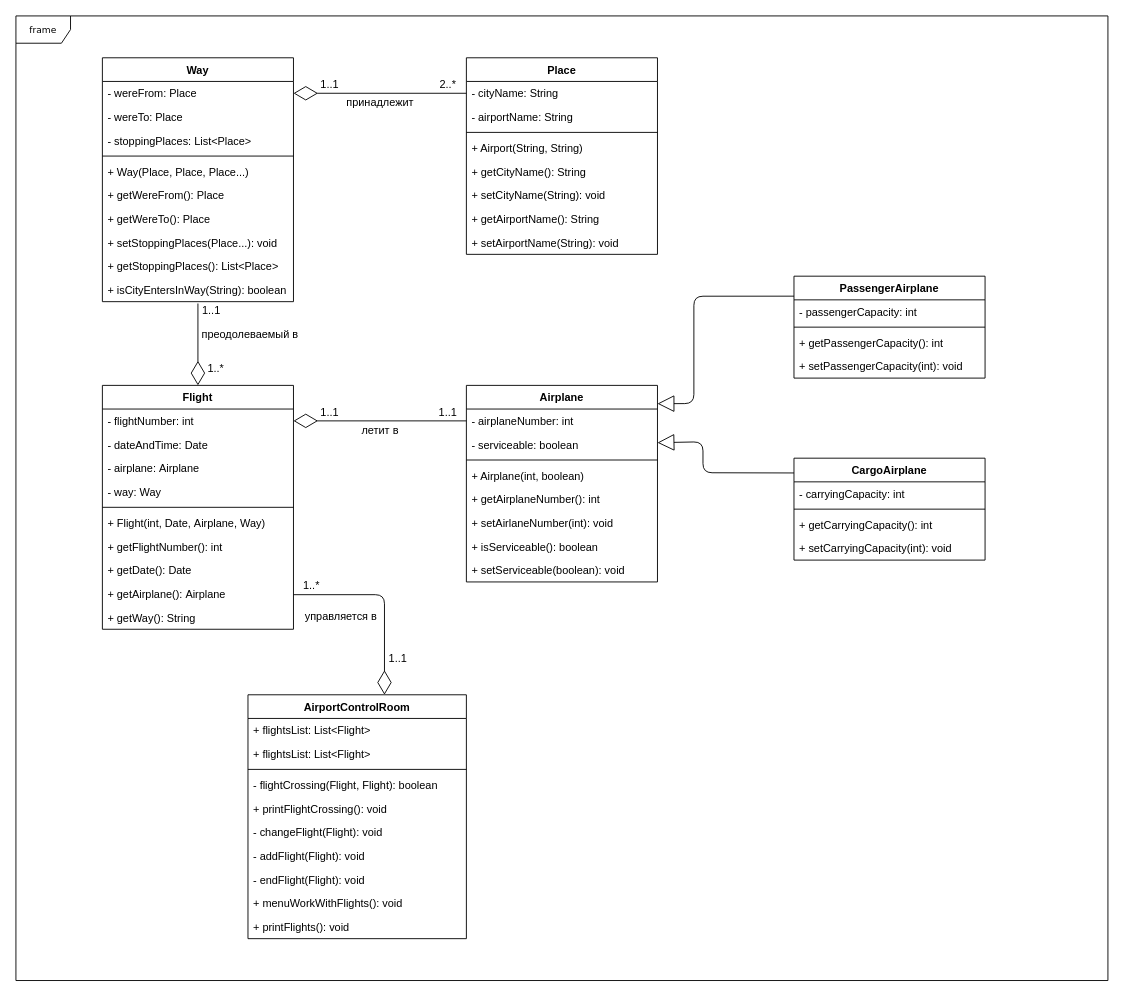
Shurik-Yankovich/Restfull-web-project keeps this draw.io diagram as task-2/3/Airplane.drawio. Above is the earlier version. Source tidied: cells renumbered, new cells numbered last; positions are measured from the earlier drawing's top-left corner, leaving out a move shared by most shapes. Both pictures are drawn from the tidied source at 91%, with x=0, y=0 at pixel (15, 15).
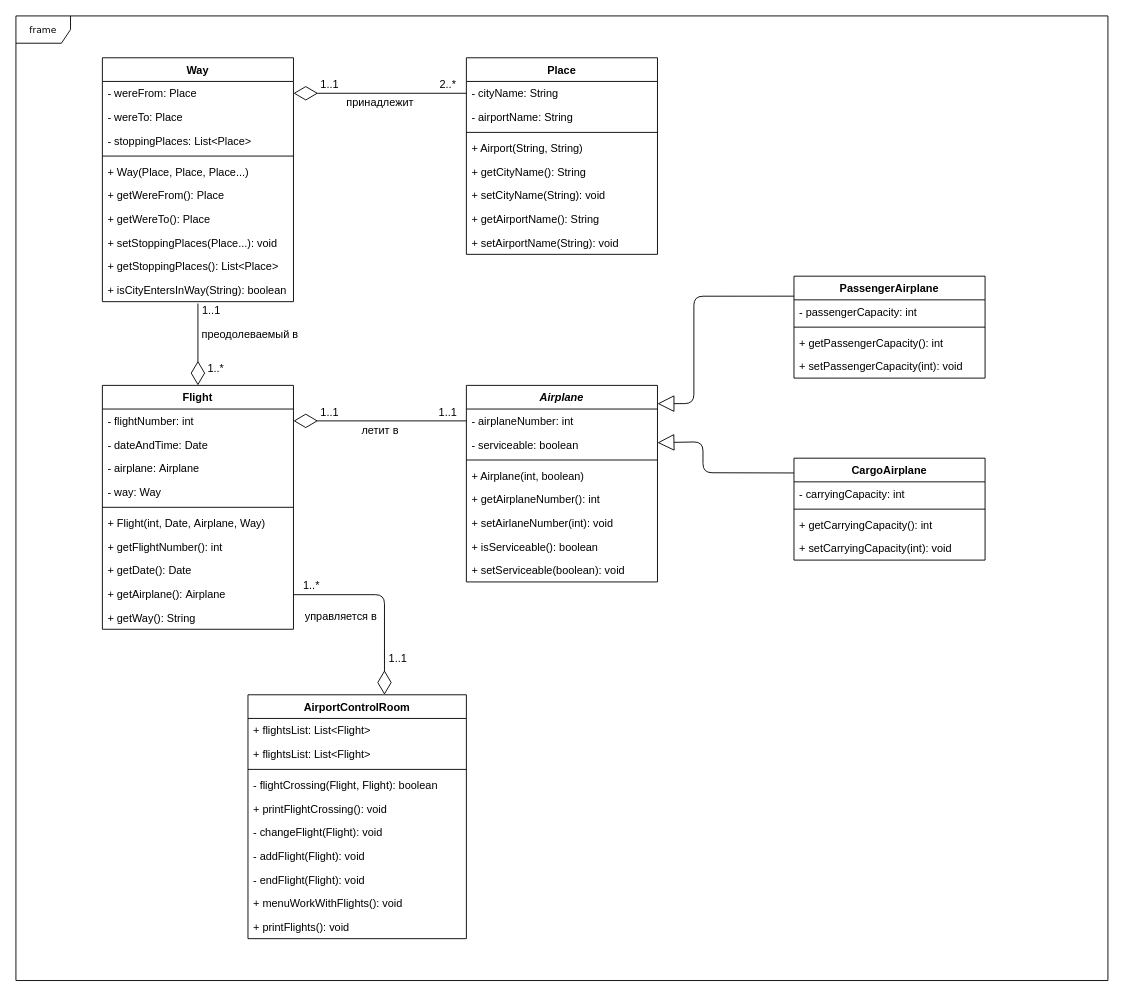
The same diagram, later.

Commit message (it also covers changes not shown here):
Class Airplane changed on abstract class in UML diagram. Exercise 3 task 2.

The edit, as a diff of the source:
```diff
@@
-    <mxCell id="48" value="Airplane" style="swimlane;fontStyle=1;align=center;verticalAlign=top;horizontal=1;startSize=26;" parent="1" vertex="1">
+    <mxCell id="48" value="Airplane" style="swimlane;fontStyle=3;align=center;verticalAlign=top;horizontal=1;startSize=26;" parent="1" vertex="1">
       <mxGeometry x="495" y="406" width="210" height="216" as="geometry" />
     </mxCell>
```
